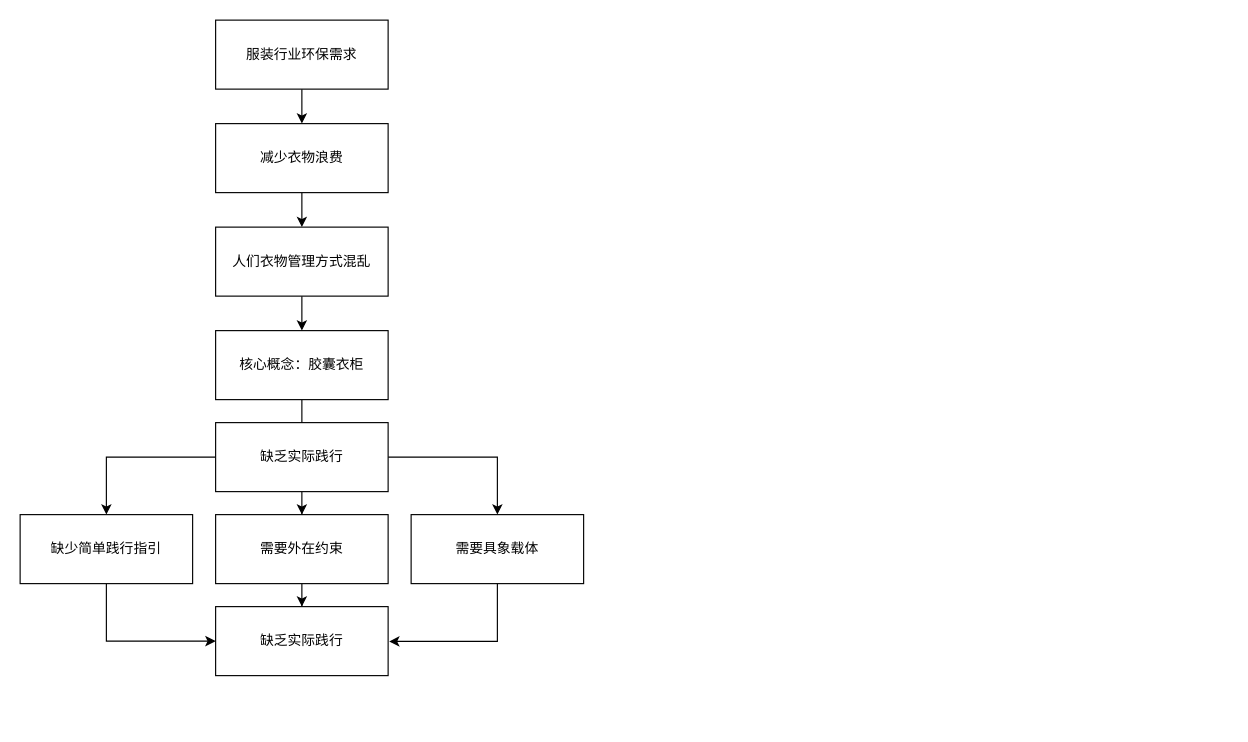
Above: wardrobe capsule.drawio in x1528045870/x1528045870 (draw.io), before the change. Source tidied: cells renumbered, new cells numbered last; positions are measured from the earlier drawing's top-left corner, leaving out a move shared by most shapes. Both pictures are drawn from the tidied source at 115%, with x=0, y=0 at pixel (20, 20).
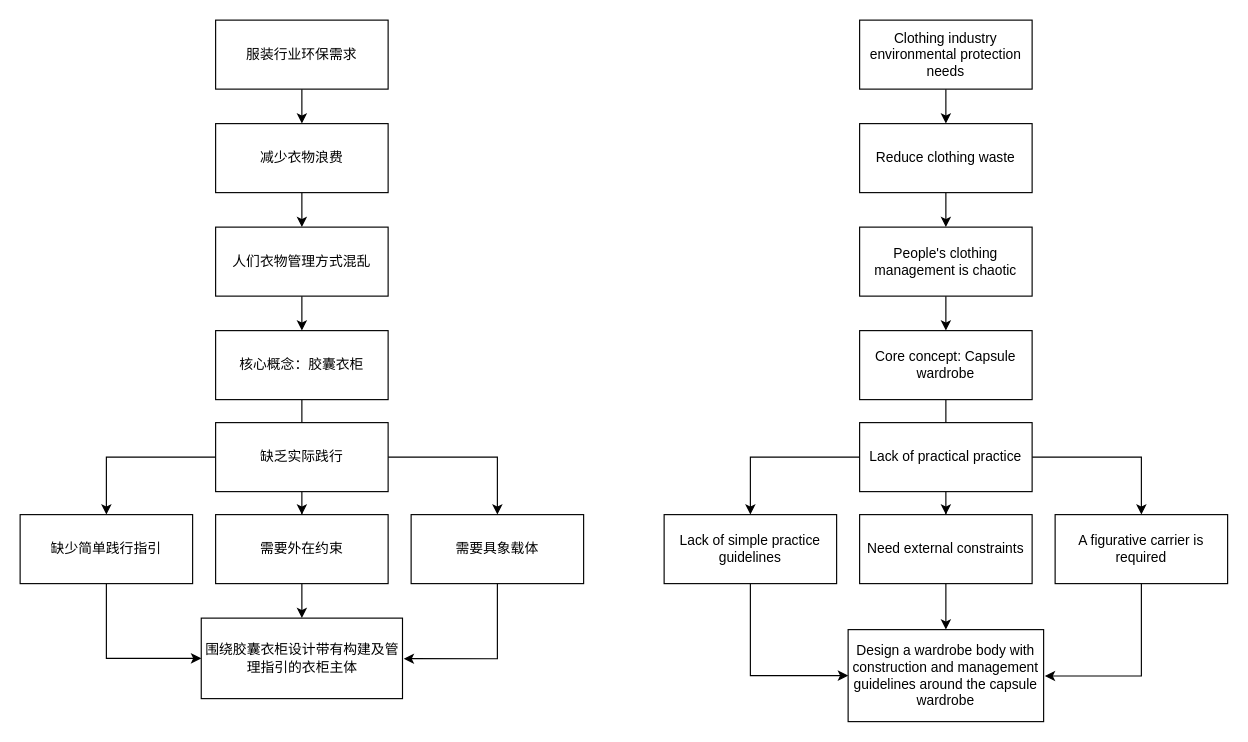
The same diagram, later.

Unchanged cells that the change refers to:
```xml
<mxCell id="16" value="需要具象载体" style="rounded=0;whiteSpace=wrap;html=1;" parent="1" vertex="1">
  <mxGeometry x="340" y="430" width="150" height="60" as="geometry" />
</mxCell>
```

The edit, as a diff of the source:
```diff
@@
-    <mxCell id="19" value="缺乏实际践行" style="rounded=0;whiteSpace=wrap;html=1;" parent="1" vertex="1">
-      <mxGeometry x="170" y="510" width="150" height="60" as="geometry" />
+    <mxCell id="19" value="围绕胶囊衣柜设计带有构建及管理指引的衣柜主体" style="rounded=0;whiteSpace=wrap;html=1;" parent="1" vertex="1">
+      <mxGeometry x="157.5" y="520" width="175" height="70" as="geometry" />
     </mxCell>
     <mxCell id="20" style="edgeStyle=orthogonalEdgeStyle;rounded=0;jettySize=auto;html=1;entryX=1.006;entryY=0.504;entryDx=0;entryDy=0;entryPerimeter=0;exitX=0.5;exitY=1;exitDx=0;exitDy=0;" parent="1" edge="1" source="16" target="19">
-      <mxGeometry relative="1" as="geometry" />
+      <mxGeometry relative="1" as="geometry">
+        <Array as="points">
+          <mxPoint x="415" y="555" />
+        </Array>
+      </mxGeometry>
     </mxCell>
+    <mxCell id="21" style="edgeStyle=orthogonalEdgeStyle;rounded=0;jettySize=auto;html=1;" parent="1" edge="1" source="22">
+      <mxGeometry relative="1" as="geometry">
+        <mxPoint x="805" y="410" as="targetPoint" />
+      </mxGeometry>
+    </mxCell>
+    <mxCell id="22" value="Core concept: Capsule wardrobe" style="rounded=0;whiteSpace=wrap;html=1;" parent="1" vertex="1">
+      <mxGeometry x="730" y="270" width="150" height="60" as="geometry" />
+    </mxCell>
+    <mxCell id="23" style="edgeStyle=orthogonalEdgeStyle;rounded=0;jettySize=auto;html=1;" parent="1" edge="1" source="24" target="26">
+      <mxGeometry relative="1" as="geometry" />
+    </mxCell>
+    <mxCell id="24" value="Clothing industry environmental protection needs" style="rounded=0;whiteSpace=wrap;html=1;" parent="1" vertex="1">
+      <mxGeometry x="730" width="150" height="60" as="geometry" />
+    </mxCell>
+    <mxCell id="25" style="edgeStyle=orthogonalEdgeStyle;rounded=0;jettySize=auto;html=1;" parent="1" edge="1" source="26" target="28">
+      <mxGeometry relative="1" as="geometry" />
+    </mxCell>
+    <mxCell id="26" value="Reduce clothing waste" style="rounded=0;whiteSpace=wrap;html=1;" parent="1" vertex="1">
+      <mxGeometry x="730" y="90" width="150" height="60" as="geometry" />
+    </mxCell>
+    <mxCell id="27" style="edgeStyle=orthogonalEdgeStyle;rounded=0;jettySize=auto;html=1;" parent="1" edge="1" source="28" target="22">
+      <mxGeometry relative="1" as="geometry" />
+    </mxCell>
+    <mxCell id="28" value="People's clothing management is chaotic" style="rounded=0;whiteSpace=wrap;html=1;" parent="1" vertex="1">
+      <mxGeometry x="730" y="180" width="150" height="60" as="geometry" />
+    </mxCell>
+    <mxCell id="29" style="edgeStyle=orthogonalEdgeStyle;rounded=0;jettySize=auto;html=1;" parent="1" edge="1" source="32" target="35">
+      <mxGeometry relative="1" as="geometry" />
+    </mxCell>
+    <mxCell id="30" style="edgeStyle=orthogonalEdgeStyle;rounded=0;jettySize=auto;html=1;" parent="1" edge="1" source="32" target="34">
+      <mxGeometry relative="1" as="geometry" />
+    </mxCell>
+    <mxCell id="31" style="edgeStyle=orthogonalEdgeStyle;rounded=0;jettySize=auto;html=1;" parent="1" edge="1" source="32" target="37">
+      <mxGeometry relative="1" as="geometry" />
+    </mxCell>
+    <mxCell id="32" value="Lack of practical practice" style="rounded=0;whiteSpace=wrap;html=1;" parent="1" vertex="1">
+      <mxGeometry x="730" y="350" width="150" height="60" as="geometry" />
+    </mxCell>
+    <mxCell id="33" style="edgeStyle=orthogonalEdgeStyle;rounded=0;jettySize=auto;html=1;entryX=0;entryY=0.5;entryDx=0;entryDy=0;exitX=0.5;exitY=1;exitDx=0;exitDy=0;" parent="1" edge="1" source="34" target="38">
+      <mxGeometry relative="1" as="geometry" />
+    </mxCell>
+    <mxCell id="34" value="Lack of simple practice guidelines" style="rounded=0;whiteSpace=wrap;html=1;" parent="1" vertex="1">
+      <mxGeometry x="560" y="430" width="150" height="60" as="geometry" />
+    </mxCell>
+    <mxCell id="35" value="A figurative carrier is required" style="rounded=0;whiteSpace=wrap;html=1;" parent="1" vertex="1">
+      <mxGeometry x="900" y="430" width="150" height="60" as="geometry" />
+    </mxCell>
+    <mxCell id="36" style="edgeStyle=orthogonalEdgeStyle;rounded=0;jettySize=auto;html=1;" parent="1" edge="1" source="37" target="38">
+      <mxGeometry relative="1" as="geometry" />
+    </mxCell>
+    <mxCell id="37" value="Need external constraints" style="rounded=0;whiteSpace=wrap;html=1;" parent="1" vertex="1">
+      <mxGeometry x="730" y="430" width="150" height="60" as="geometry" />
+    </mxCell>
+    <mxCell id="38" value="Design a wardrobe body with construction and management guidelines around the capsule wardrobe" style="rounded=0;whiteSpace=wrap;html=1;" parent="1" vertex="1">
+      <mxGeometry x="720" y="530" width="170" height="80" as="geometry" />
+    </mxCell>
+    <mxCell id="39" style="edgeStyle=orthogonalEdgeStyle;rounded=0;jettySize=auto;html=1;entryX=1.006;entryY=0.504;entryDx=0;entryDy=0;entryPerimeter=0;exitX=0.5;exitY=1;exitDx=0;exitDy=0;" parent="1" edge="1" source="35" target="38">
+      <mxGeometry relative="1" as="geometry" />
+    </mxCell>
```
